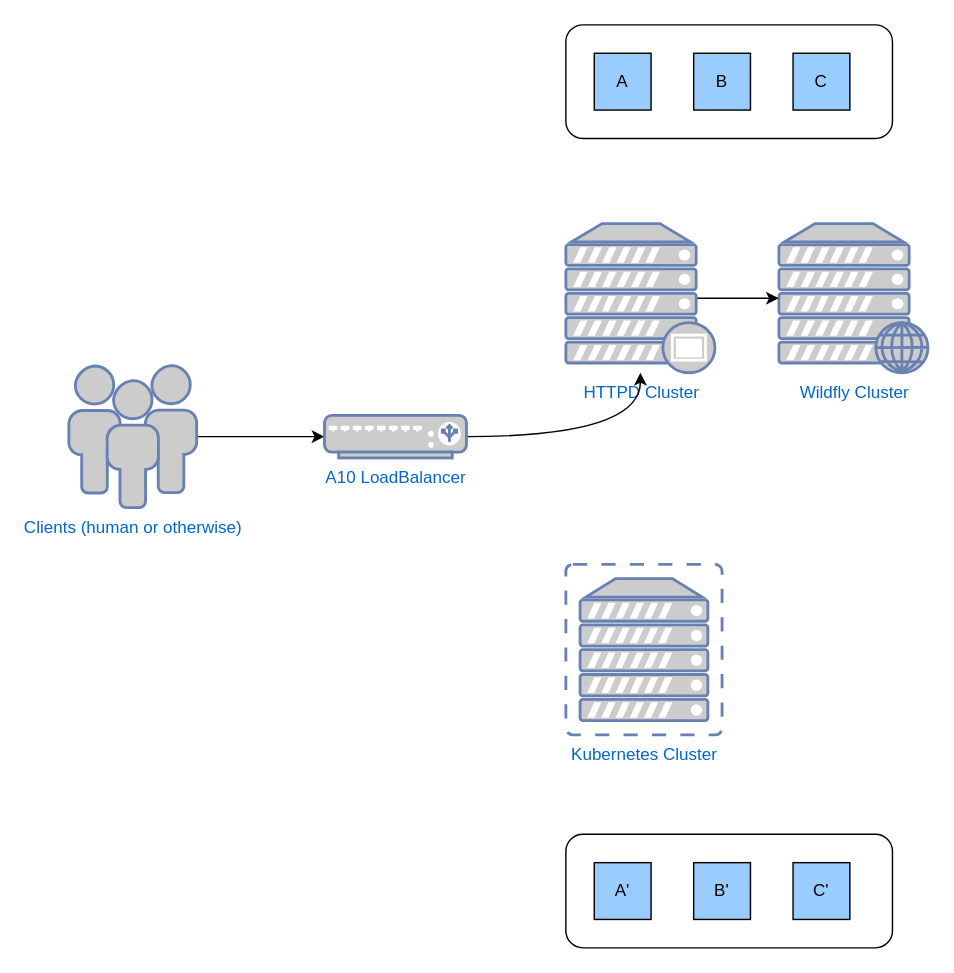
The draw.io diagram migration-state.drawio in PennState/draw.io, before the edit. Source tidied: cells renumbered, new cells numbered last; positions are measured from the earlier drawing's top-left corner, leaving out a move shared by most shapes. Both pictures are drawn from the tidied source at 142%, with x=0, y=0 at pixel (68, 24).
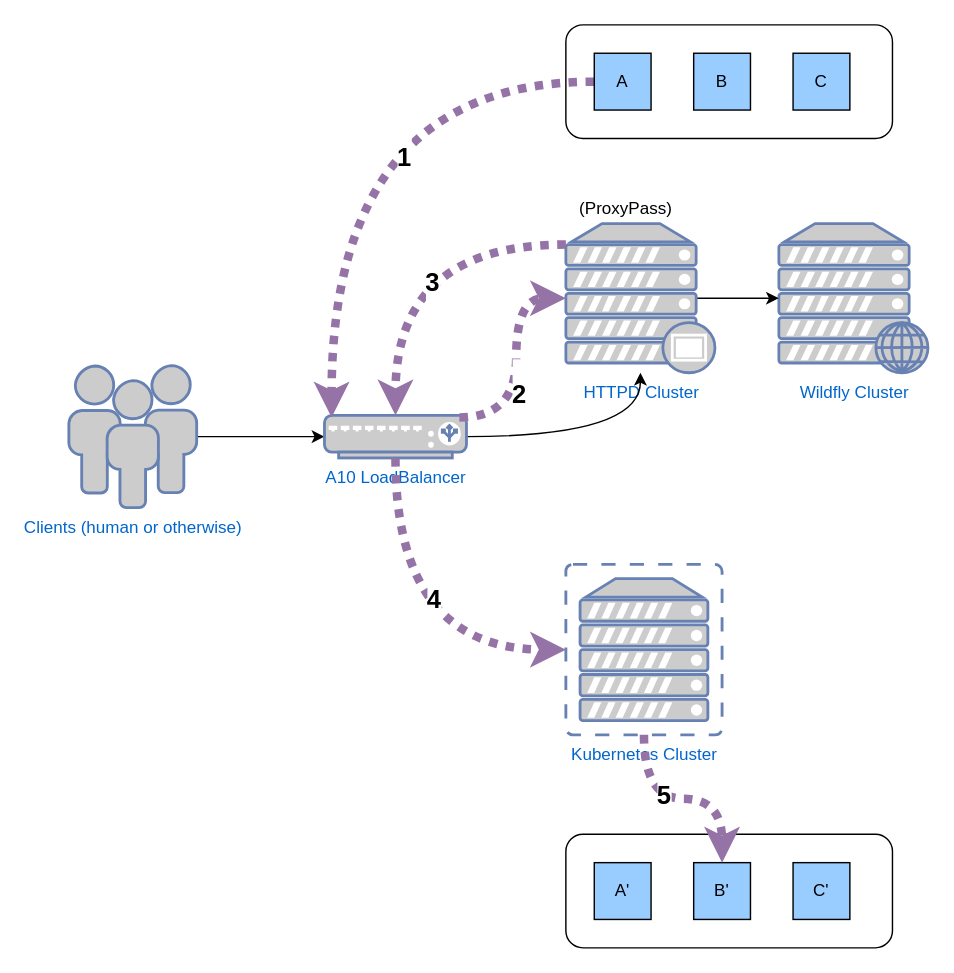
After the change.

Unchanged cells that the change refers to:
```xml
<mxCell id="6" value="&lt;div&gt;HTTPD Cluster&lt;/div&gt;" style="fontColor=#0066CC;verticalAlign=top;verticalLabelPosition=bottom;labelPosition=center;align=center;html=1;outlineConnect=0;fillColor=#CCCCCC;strokeColor=#6881B3;gradientColor=none;gradientDirection=north;strokeWidth=2;shape=mxgraph.networks.proxy_server;" parent="1" vertex="1">
  <mxGeometry x="350" y="140" width="105" height="105" as="geometry" />
</mxCell>
<mxCell id="8" value="A10 LoadBalancer" style="fontColor=#0066CC;verticalAlign=top;verticalLabelPosition=bottom;labelPosition=center;align=center;html=1;outlineConnect=0;fillColor=#CCCCCC;strokeColor=#6881B3;gradientColor=none;gradientDirection=north;strokeWidth=2;shape=mxgraph.networks.load_balancer;" parent="1" vertex="1">
  <mxGeometry x="180" y="275" width="100" height="30" as="geometry" />
</mxCell>
<mxCell id="9" value="&lt;div&gt;Kubernetes Cluster&lt;br&gt;&lt;/div&gt;" style="fontColor=#0066CC;verticalAlign=top;verticalLabelPosition=bottom;labelPosition=center;align=center;html=1;outlineConnect=0;fillColor=#CCCCCC;strokeColor=#6881B3;gradientColor=none;gradientDirection=north;strokeWidth=2;shape=mxgraph.networks.virtual_server;" parent="1" vertex="1">
  <mxGeometry x="350" y="380" width="110" height="120" as="geometry" />
</mxCell>
<mxCell id="13" value="A" style="whiteSpace=wrap;html=1;fillColor=#99CCFF;" parent="10" vertex="1">
  <mxGeometry x="370" y="20" width="40" height="40" as="geometry" />
</mxCell>
<mxCell id="18" value="B'" style="whiteSpace=wrap;html=1;fillColor=#99CCFF;" parent="10" vertex="1">
  <mxGeometry x="440" y="590" width="40" height="40" as="geometry" />
</mxCell>
```

Change to the diagram source:
```diff
@@
+    <mxCell id="19" style="edgeStyle=orthogonalEdgeStyle;curved=1;rounded=0;jettySize=auto;html=1;exitX=0;exitY=0.5;exitDx=0;exitDy=0;entryX=0.05;entryY=0.05;entryDx=0;entryDy=0;entryPerimeter=0;dashed=1;dashPattern=1 1;strokeColor=#9673a6;strokeWidth=6;fillColor=#e1d5e7;" parent="10" edge="1" source="13" target="8">
+      <mxGeometry relative="1" as="geometry" />
+    </mxCell>
+    <mxCell id="20" value="&lt;h2&gt;&lt;b&gt;1&lt;/b&gt;&lt;/h2&gt;" style="text;html=1;align=center;verticalAlign=middle;labelBackgroundColor=#ffffff;" parent="19" vertex="1">
+      <mxGeometry x="-0.36" y="53" relative="1" as="geometry" />
+    </mxCell>
@@
+    <mxCell id="21" style="edgeStyle=orthogonalEdgeStyle;curved=1;rounded=0;jettySize=auto;html=1;exitX=0.95;exitY=0.05;exitDx=0;exitDy=0;exitPerimeter=0;entryX=0;entryY=0.5;entryDx=0;entryDy=0;entryPerimeter=0;dashed=1;dashPattern=1 1;strokeColor=#9673a6;strokeWidth=6;fillColor=#e1d5e7;" parent="10" edge="1" source="8" target="6">
+      <mxGeometry relative="1" as="geometry" />
+    </mxCell>
+    <mxCell id="22" value="&lt;h2&gt;2&lt;br&gt;&lt;/h2&gt;" style="text;html=1;align=center;verticalAlign=middle;labelBackgroundColor=#ffffff;" parent="21" vertex="1">
+      <mxGeometry x="-0.5" y="16" relative="1" as="geometry">
+        <mxPoint x="17" y="-16" as="offset" />
+      </mxGeometry>
+    </mxCell>
+    <mxCell id="23" style="edgeStyle=orthogonalEdgeStyle;curved=1;rounded=0;jettySize=auto;html=1;exitX=0;exitY=0.14;exitDx=0;exitDy=0;exitPerimeter=0;entryX=0.5;entryY=0;entryDx=0;entryDy=0;entryPerimeter=0;dashed=1;dashPattern=1 1;strokeColor=#9673a6;strokeWidth=6;fillColor=#e1d5e7;" parent="10" edge="1" source="6" target="8">
+      <mxGeometry relative="1" as="geometry" />
+    </mxCell>
+    <mxCell id="24" value="&lt;h2&gt;3&lt;/h2&gt;" style="text;html=1;align=center;verticalAlign=middle;labelBackgroundColor=#ffffff;" parent="23" vertex="1">
+      <mxGeometry x="-0.21" y="27" relative="1" as="geometry" />
+    </mxCell>
+    <mxCell id="25" style="edgeStyle=orthogonalEdgeStyle;curved=1;rounded=0;jettySize=auto;html=1;exitX=0.5;exitY=1;exitDx=0;exitDy=0;exitPerimeter=0;entryX=0;entryY=0.5;entryDx=0;entryDy=0;entryPerimeter=0;dashed=1;dashPattern=1 1;strokeColor=#9673a6;strokeWidth=6;fillColor=#e1d5e7;" parent="10" edge="1" source="8" target="9">
+      <mxGeometry relative="1" as="geometry" />
+    </mxCell>
+    <mxCell id="26" value="&lt;h2&gt;4&lt;/h2&gt;" style="text;html=1;align=center;verticalAlign=middle;labelBackgroundColor=#ffffff;" parent="25" vertex="1">
+      <mxGeometry x="-0.22" y="26" relative="1" as="geometry" />
+    </mxCell>
+    <mxCell id="27" style="edgeStyle=orthogonalEdgeStyle;curved=1;rounded=0;jettySize=auto;html=1;exitX=0.5;exitY=1;exitDx=0;exitDy=0;exitPerimeter=0;entryX=0.5;entryY=0;entryDx=0;entryDy=0;dashed=1;dashPattern=1 1;strokeColor=#9673a6;strokeWidth=6;fillColor=#e1d5e7;" parent="10" edge="1" source="9" target="18">
+      <mxGeometry relative="1" as="geometry" />
+    </mxCell>
+    <mxCell id="28" value="&lt;h2&gt;5&lt;/h2&gt;" style="text;html=1;align=center;verticalAlign=middle;labelBackgroundColor=#ffffff;" parent="27" vertex="1">
+      <mxGeometry x="-0.42" y="13" relative="1" as="geometry" />
+    </mxCell>
+    <mxCell id="29" value="(ProxyPass)" style="text;html=1;strokeColor=none;fillColor=none;align=center;verticalAlign=middle;whiteSpace=wrap;rounded=0;" parent="10" vertex="1">
+      <mxGeometry x="350" y="120" width="85" height="20" as="geometry" />
+    </mxCell>
```
